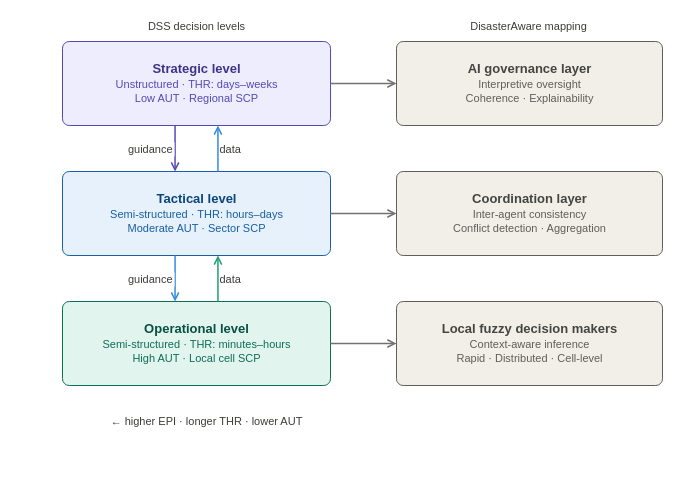
This is page "CH3_5" (5 of 14) of 01_Thesis/dissertation/BlockDiagram.drawio from northwind13/Enhanced_DSS, a draw.io file, before an edit. Source tidied: cells renumbered, new cells numbered last; positions are measured from the earlier drawing's top-left corner, leaving out a move shared by most shapes. Both pictures are drawn from the tidied source at 100%, with x=0, y=0 at pixel (62, 17).
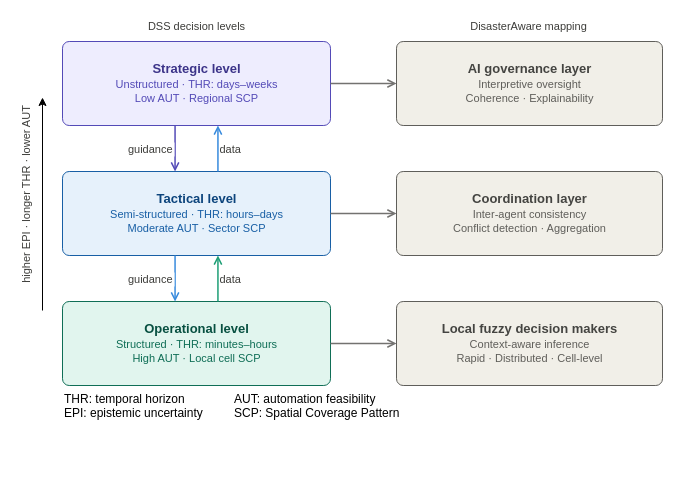
After the change.

The edit, as a diff of the source:
```diff
@@
-    <mxCell id="6" value="&lt;b style='font-size:13px;color:#085041;'&gt;Operational level&lt;/b&gt;&lt;br/&gt;&lt;span style='font-size:11px;color:#0F6E56;'&gt;Semi-structured · THR: minutes–hours&lt;/span&gt;&lt;br/&gt;&lt;span style='font-size:11px;color:#0F6E56;'&gt;High AUT · Local cell SCP&lt;/span&gt;" style="rounded=1;arcSize=8;fillColor=#E1F5EE;strokeColor=#0F6E56;strokeWidth=1;fontSize=12;align=center;verticalAlign=middle;html=1;" parent="1" vertex="1">
+    <mxCell id="6" value="&lt;b style=&quot;font-size:13px;color:#085041;&quot;&gt;Operational level&lt;/b&gt;&lt;br&gt;&lt;span style=&quot;font-size:11px;color:#0F6E56;&quot;&gt;Structured · THR: minutes–hours&lt;/span&gt;&lt;br&gt;&lt;span style=&quot;font-size:11px;color:#0F6E56;&quot;&gt;High AUT · Local cell SCP&lt;/span&gt;" style="rounded=1;arcSize=8;fillColor=#E1F5EE;strokeColor=#0F6E56;strokeWidth=1;fontSize=12;align=center;verticalAlign=middle;html=1;" parent="1" vertex="1">
       <mxGeometry y="284" width="268" height="84" as="geometry" />
     </mxCell>
@@
-    <mxCell id="17" value="← higher EPI · longer THR · lower AUT" style="text;html=1;align=center;verticalAlign=middle;strokeColor=none;fillColor=none;fontSize=11;fontColor=#3D3D3A;" parent="1" vertex="1">
-      <mxGeometry x="20" y="395" width="248" height="18" as="geometry" />
+    <mxCell id="17" value="&amp;nbsp;higher EPI · longer THR · lower AUT" style="text;html=1;align=center;verticalAlign=middle;strokeColor=none;fillColor=none;fontSize=11;fontColor=#3D3D3A;rotation=-90;" parent="1" vertex="1">
+      <mxGeometry x="-160" y="170" width="248" height="18" as="geometry" />
     </mxCell>
+    <mxCell id="18" style="endArrow=classic;html=1;rounded=0;" parent="1" edge="1">
+      <mxGeometry relative="1" as="geometry">
+        <mxPoint x="-20" y="293" as="sourcePoint" />
+        <mxPoint x="-20" y="80" as="targetPoint" />
+      </mxGeometry>
+    </mxCell>
+    <mxCell id="19" value="&lt;div style=&quot;forced-color-adjust: none; color: rgb(61, 61, 58); font-family: Helvetica; font-size: 11px; font-style: normal; font-variant-ligatures: normal; font-variant-caps: normal; font-weight: 400; letter-spacing: normal; orphans: 2; text-align: left; text-indent: 0px; text-transform: none; widows: 2; word-spacing: 0px; -webkit-text-stroke-width: 0px; white-space: nowrap; background-color: rgb(236, 236, 236); text-decoration-thickness: initial; text-decoration-style: initial; text-decoration-color: initial;&quot;&gt;&lt;br&gt;&lt;/div&gt;" style="text;whiteSpace=wrap;html=1;" parent="1" vertex="1">
+      <mxGeometry x="210" y="430" width="190" height="30" as="geometry" />
+    </mxCell>
+    <mxCell id="20" value="AUT: automation feasibility &#10;SCP: Spatial Coverage Pattern" style="text;whiteSpace=wrap;html=1;" parent="1" vertex="1">
+      <mxGeometry x="170" y="368" width="200" height="20" as="geometry" />
+    </mxCell>
+    <mxCell id="21" value="THR: temporal horizon &#10;EPI: epistemic uncertainty" style="text;whiteSpace=wrap;html=1;" parent="1" vertex="1">
+      <mxGeometry y="368" width="170" height="50" as="geometry" />
+    </mxCell>
```
